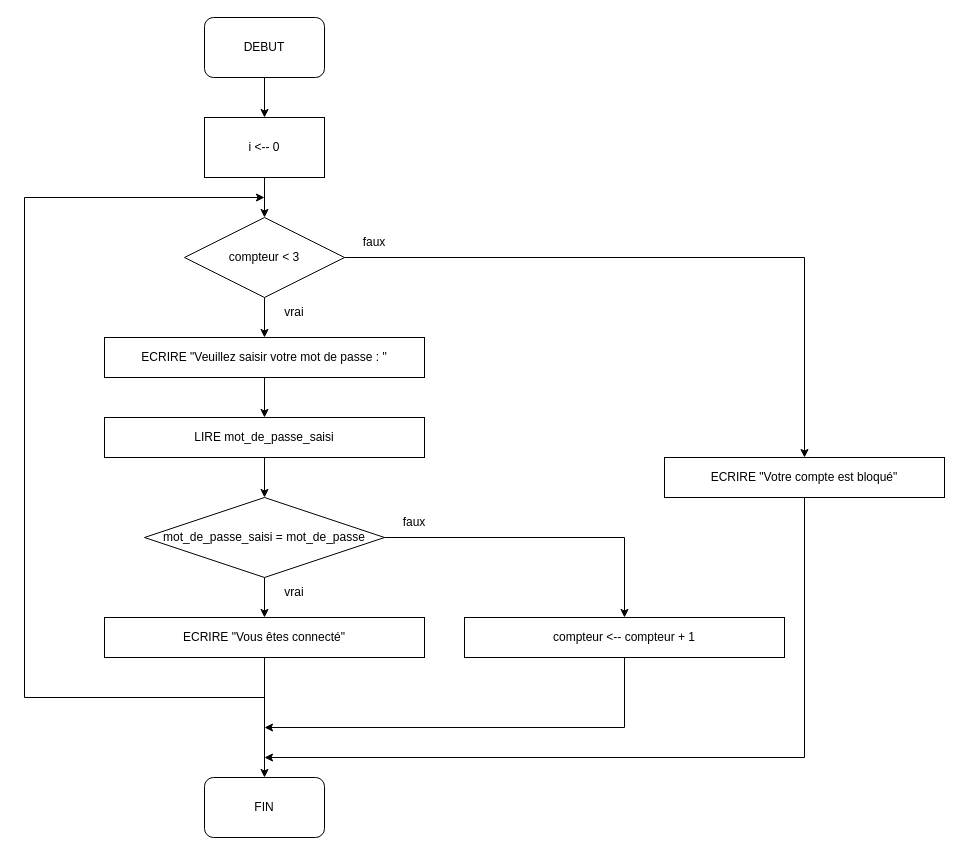
Above: 01 ALGORITHMIQUE/3.2 Controler la saisie avec limite.drawio in D-CRAVO/FORMATION-DWWM-2022 (draw.io), before the change. Source tidied: cells renumbered, new cells numbered last; positions are measured from the earlier drawing's top-left corner, leaving out a move shared by most shapes. Both pictures are drawn from the tidied source at 100%, with x=0, y=0 at pixel (24, 17).
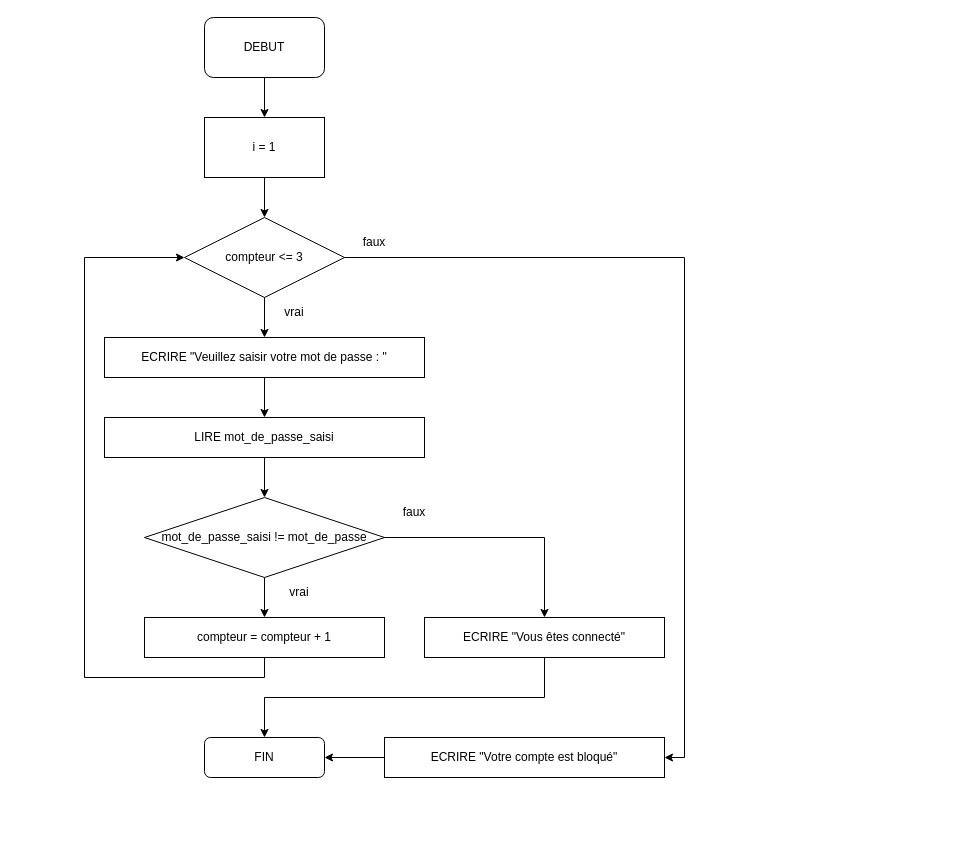
The same diagram, later.

Unchanged cells that the change refers to:
```xml
<mxCell id="20" style="rhombus;whiteSpace=wrap;html=1;fillColor=none;" parent="1" vertex="1">
  <mxGeometry x="120" y="480" width="240" height="80" as="geometry" />
</mxCell>
```

The edit, as a diff of the source:
```diff
@@
-    <mxCell id="8" style="rounded=0;whiteSpace=wrap;html=1;fillColor=none;" parent="1" vertex="1">
+    <mxCell id="8" value="&lt;span style=&quot;&quot;&gt;i = 1&lt;/span&gt;" style="rounded=0;whiteSpace=wrap;html=1;fillColor=none;" parent="1" vertex="1">
       <mxGeometry x="180" y="100" width="120" height="60" as="geometry" />
     </mxCell>
-    <mxCell id="9" value="i &amp;lt;-- 0" style="text;html=1;strokeColor=none;fillColor=none;align=center;verticalAlign=middle;whiteSpace=wrap;rounded=0;" parent="1" vertex="1">
-      <mxGeometry x="210" y="115" width="60" height="30" as="geometry" />
-    </mxCell>
-    <mxCell id="10" style="edgeStyle=orthogonalEdgeStyle;rounded=0;jettySize=auto;html=1;entryX=0.5;entryY=0;entryDx=0;entryDy=0;" parent="1" edge="1" source="11" target="29">
-      <mxGeometry relative="1" as="geometry" />
+    <mxCell id="10" style="edgeStyle=orthogonalEdgeStyle;rounded=0;jettySize=auto;html=1;entryX=1;entryY=0.5;entryDx=0;entryDy=0;" parent="1" edge="1" source="11" target="29">
+      <mxGeometry relative="1" as="geometry">
+        <Array as="points">
+          <mxPoint x="660" y="240" />
+          <mxPoint x="660" y="740" />
+        </Array>
+      </mxGeometry>
     </mxCell>
-    <mxCell id="11" value="compteur &amp;lt; 3" style="text;html=1;strokeColor=none;fillColor=none;align=center;verticalAlign=middle;whiteSpace=wrap;rounded=0;" parent="1" vertex="1">
+    <mxCell id="11" value="compteur &amp;lt;= 3" style="text;html=1;strokeColor=none;fillColor=none;align=center;verticalAlign=middle;whiteSpace=wrap;rounded=0;" parent="1" vertex="1">
       <mxGeometry x="160" y="225" width="160" height="30" as="geometry" />
     </mxCell>
@@
-    <mxCell id="16" style="rounded=0;whiteSpace=wrap;html=1;fillColor=none;" parent="1" vertex="1">
+    <mxCell id="16" value="&lt;span style=&quot;&quot;&gt;LIRE mot_de_passe_saisi&lt;/span&gt;" style="rounded=0;whiteSpace=wrap;html=1;fillColor=none;" parent="1" vertex="1">
       <mxGeometry x="80" y="400" width="320" height="40" as="geometry" />
     </mxCell>
-    <mxCell id="17" value="LIRE mot_de_passe_saisi" style="text;html=1;strokeColor=none;fillColor=none;align=center;verticalAlign=middle;whiteSpace=wrap;rounded=0;" parent="1" vertex="1">
-      <mxGeometry x="80" y="405" width="320" height="30" as="geometry" />
-    </mxCell>
-    <mxCell id="18" style="edgeStyle=orthogonalEdgeStyle;rounded=0;jettySize=auto;html=1;exitX=1;exitY=0.5;exitDx=0;exitDy=0;entryX=0.5;entryY=0;entryDx=0;entryDy=0;" parent="1" edge="1" source="20" target="26">
+    <mxCell id="18" style="edgeStyle=orthogonalEdgeStyle;rounded=0;jettySize=auto;html=1;exitX=0.5;exitY=1;exitDx=0;exitDy=0;entryX=0.5;entryY=0;entryDx=0;entryDy=0;" parent="1" edge="1" source="20" target="26">
       <mxGeometry relative="1" as="geometry" />
     </mxCell>
-    <mxCell id="19" style="edgeStyle=orthogonalEdgeStyle;rounded=0;jettySize=auto;html=1;exitX=0.5;exitY=1;exitDx=0;exitDy=0;entryX=0.5;entryY=0;entryDx=0;entryDy=0;" parent="1" edge="1" source="20" target="23">
-      <mxGeometry relative="1" as="geometry" />
-    </mxCell>
@@
+    <mxCell id="38" style="edgeStyle=orthogonalEdgeStyle;rounded=0;jettySize=auto;html=1;exitX=1;exitY=0.5;exitDx=0;exitDy=0;entryX=0.5;entryY=0;entryDx=0;entryDy=0;" parent="1" edge="1" source="21" target="23">
+      <mxGeometry relative="1" as="geometry" />
+    </mxCell>
-    <mxCell id="21" value="mot_de_passe_saisi = mot_de_passe" style="text;html=1;strokeColor=none;fillColor=none;align=center;verticalAlign=middle;whiteSpace=wrap;rounded=0;" parent="1" vertex="1">
+    <mxCell id="21" value="mot_de_passe_saisi != mot_de_passe" style="text;html=1;strokeColor=none;fillColor=none;align=center;verticalAlign=middle;whiteSpace=wrap;rounded=0;" parent="1" vertex="1">
       <mxGeometry x="120" y="505" width="240" height="30" as="geometry" />
     </mxCell>
@@
-    <mxCell id="23" style="rounded=0;whiteSpace=wrap;html=1;fillColor=none;" parent="1" vertex="1">
-      <mxGeometry x="80" y="600" width="320" height="40" as="geometry" />
+    <mxCell id="23" value="&lt;span style=&quot;&quot;&gt;ECRIRE &quot;Vous êtes connecté&quot;&lt;/span&gt;" style="rounded=0;whiteSpace=wrap;html=1;fillColor=none;" parent="1" vertex="1">
+      <mxGeometry x="400" y="600" width="240" height="40" as="geometry" />
     </mxCell>
-    <mxCell id="24" value="ECRIRE &quot;Vous êtes connecté&quot;" style="text;html=1;strokeColor=none;fillColor=none;align=center;verticalAlign=middle;whiteSpace=wrap;rounded=0;" parent="1" vertex="1">
-      <mxGeometry x="120" y="605" width="240" height="30" as="geometry" />
-    </mxCell>
-    <mxCell id="25" style="edgeStyle=orthogonalEdgeStyle;rounded=0;jettySize=auto;html=1;" parent="1" edge="1" source="26">
-      <mxGeometry relative="1" as="geometry">
-        <mxPoint x="240" y="710" as="targetPoint" />
-        <Array as="points">
-          <mxPoint x="600" y="710" />
-          <mxPoint x="240" y="710" />
-        </Array>
-      </mxGeometry>
-    </mxCell>
+    <mxCell id="39" style="edgeStyle=orthogonalEdgeStyle;rounded=0;jettySize=auto;html=1;exitX=0.5;exitY=1;exitDx=0;exitDy=0;entryX=0;entryY=0.5;entryDx=0;entryDy=0;" parent="1" edge="1" source="26" target="11">
+      <mxGeometry relative="1" as="geometry">
+        <Array as="points">
+          <mxPoint x="240" y="660" />
+          <mxPoint x="60" y="660" />
+          <mxPoint x="60" y="240" />
+        </Array>
+      </mxGeometry>
+    </mxCell>
-    <mxCell id="26" style="rounded=0;whiteSpace=wrap;html=1;fillColor=none;" parent="1" vertex="1">
-      <mxGeometry x="440" y="600" width="320" height="40" as="geometry" />
+    <mxCell id="26" value="&lt;span style=&quot;&quot;&gt;compteur = compteur + 1&lt;/span&gt;" style="rounded=0;whiteSpace=wrap;html=1;fillColor=none;" parent="1" vertex="1">
+      <mxGeometry x="120" y="600" width="240" height="40" as="geometry" />
     </mxCell>
-    <mxCell id="27" value="compteur &amp;lt;-- compteur + 1" style="text;html=1;strokeColor=none;fillColor=none;align=center;verticalAlign=middle;whiteSpace=wrap;rounded=0;" parent="1" vertex="1">
-      <mxGeometry x="480" y="605" width="240" height="30" as="geometry" />
-    </mxCell>
-    <mxCell id="28" style="edgeStyle=orthogonalEdgeStyle;rounded=0;jettySize=auto;html=1;" parent="1" edge="1" source="29">
-      <mxGeometry relative="1" as="geometry">
-        <mxPoint x="240" y="740" as="targetPoint" />
-        <Array as="points">
-          <mxPoint x="780" y="740" />
-          <mxPoint x="240" y="740" />
-        </Array>
-      </mxGeometry>
-    </mxCell>
+    <mxCell id="40" style="edgeStyle=orthogonalEdgeStyle;rounded=0;jettySize=auto;html=1;exitX=0;exitY=0.5;exitDx=0;exitDy=0;entryX=1;entryY=0.5;entryDx=0;entryDy=0;" parent="1" edge="1" source="29" target="31">
+      <mxGeometry relative="1" as="geometry" />
+    </mxCell>
-    <mxCell id="29" style="rounded=0;whiteSpace=wrap;html=1;fillColor=none;" parent="1" vertex="1">
-      <mxGeometry x="640" y="440" width="280" height="40" as="geometry" />
+    <mxCell id="29" value="&lt;span style=&quot;&quot;&gt;ECRIRE &quot;Votre compte est bloqué&quot;&lt;/span&gt;" style="rounded=0;whiteSpace=wrap;html=1;fillColor=none;" parent="1" vertex="1">
+      <mxGeometry x="360" y="720" width="280" height="40" as="geometry" />
     </mxCell>
-    <mxCell id="30" value="ECRIRE &quot;Votre compte est bloqué&quot;" style="text;html=1;strokeColor=none;fillColor=none;align=center;verticalAlign=middle;whiteSpace=wrap;rounded=0;" parent="1" vertex="1">
-      <mxGeometry x="680" y="445" width="200" height="30" as="geometry" />
-    </mxCell>
-    <mxCell id="31" style="rounded=1;whiteSpace=wrap;html=1;fillColor=none;" parent="1" vertex="1">
-      <mxGeometry x="180" y="760" width="120" height="60" as="geometry" />
+    <mxCell id="31" value="&lt;span style=&quot;&quot;&gt;FIN&lt;/span&gt;" style="rounded=1;whiteSpace=wrap;html=1;fillColor=none;" parent="1" vertex="1">
+      <mxGeometry x="180" y="720" width="120" height="40" as="geometry" />
     </mxCell>
-    <mxCell id="32" value="FIN" style="text;html=1;strokeColor=none;fillColor=none;align=center;verticalAlign=middle;whiteSpace=wrap;rounded=0;" parent="1" vertex="1">
-      <mxGeometry x="210" y="775" width="60" height="30" as="geometry" />
-    </mxCell>
     <mxCell id="33" value="vrai" style="text;html=1;strokeColor=none;fillColor=none;align=center;verticalAlign=middle;whiteSpace=wrap;rounded=0;" parent="1" vertex="1">
-      <mxGeometry x="240" y="560" width="60" height="30" as="geometry" />
+      <mxGeometry x="250" y="560" width="50" height="30" as="geometry" />
     </mxCell>
     <mxCell id="34" value="faux" style="text;html=1;strokeColor=none;fillColor=none;align=center;verticalAlign=middle;whiteSpace=wrap;rounded=0;" parent="1" vertex="1">
-      <mxGeometry x="360" y="490" width="60" height="30" as="geometry" />
+      <mxGeometry x="360" y="480" width="60" height="30" as="geometry" />
     </mxCell>
@@
-    <mxCell id="37" style="endArrow=classic;html=1;rounded=0;" parent="1" edge="1">
-      <mxGeometry relative="1" as="geometry">
-        <mxPoint x="240" y="680" as="sourcePoint" />
-        <mxPoint x="240" y="180" as="targetPoint" />
-        <Array as="points">
-          <mxPoint y="680" />
-          <mxPoint y="180" />
-        </Array>
-      </mxGeometry>
-    </mxCell>
```
